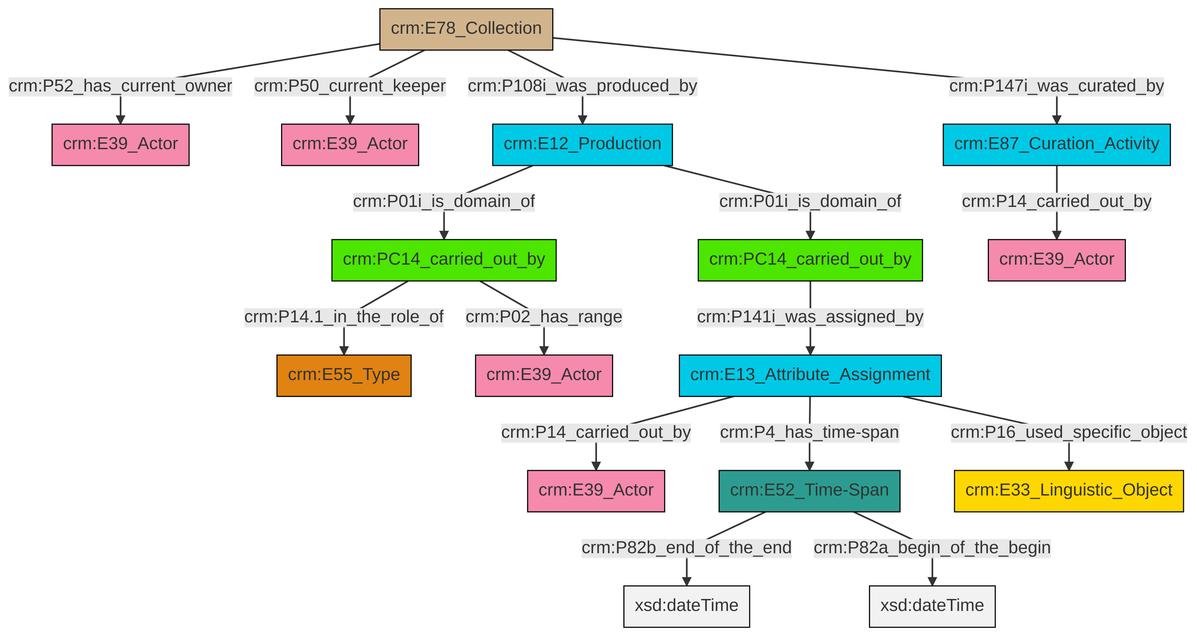
Earlier version of the Mermaid export et/archivalCSV/ttl/mmd/png/archival_relation.png (swiss-art-research-net/docs.swissartresearch). Its source is kept beside it as et/archivalCSV/ttl/mmd/archival_relation.ttl.mmd.
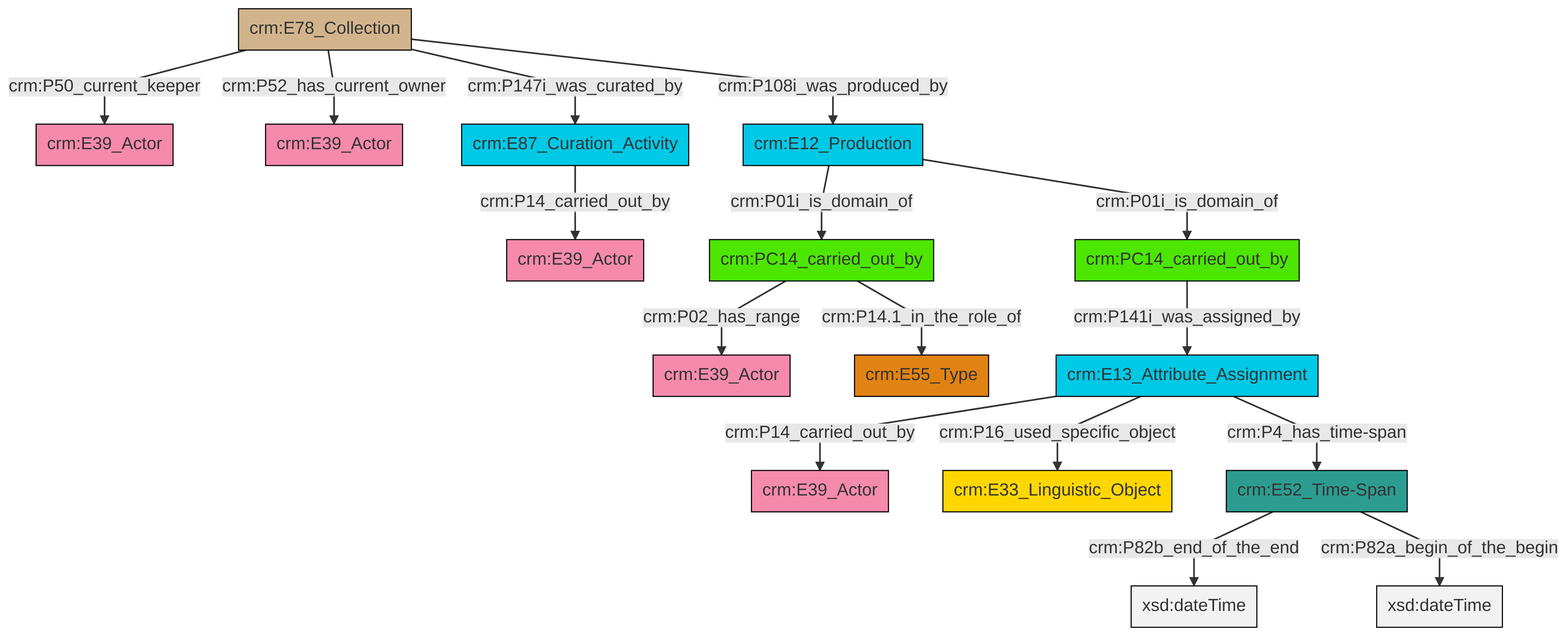
Above is the later version.

What changed in the source:
```diff
@@ -13,18 +13,18 @@
 classDef PC_Classes fill:#4ce600, stroke:#000000;
 classDef Multi fill:#cccccc,stroke:#000000;
 
-0["crm:PC14_carried_out_by"]:::PC_Classes -->|crm:P14.1_in_the_role_of| 1["crm:E55_Type"]:::Type
-2["crm:PC14_carried_out_by"]:::PC_Classes -->|crm:P141i_was_assigned_by| 3["crm:E13_Attribute_Assignment"]:::Temporal_Entity
-4["crm:E12_Production"]:::Temporal_Entity -->|crm:P01i_is_domain_of| 0["crm:PC14_carried_out_by"]:::PC_Classes
-6["crm:E78_Collection"]:::Physical_Thing -->|crm:P52_has_current_owner| 7["crm:E39_Actor"]:::Actor
-6["crm:E78_Collection"]:::Physical_Thing -->|crm:P50_current_keeper| 15["crm:E39_Actor"]:::Actor
-11["crm:E52_Time-Span"]:::Time-Span -->|crm:P82b_end_of_the_end| 16[xsd:dateTime]:::Literal
-3["crm:E13_Attribute_Assignment"]:::Temporal_Entity -->|crm:P14_carried_out_by| 19["crm:E39_Actor"]:::Actor
-6["crm:E78_Collection"]:::Physical_Thing -->|crm:P108i_was_produced_by| 4["crm:E12_Production"]:::Temporal_Entity
-4["crm:E12_Production"]:::Temporal_Entity -->|crm:P01i_is_domain_of| 2["crm:PC14_carried_out_by"]:::PC_Classes
-3["crm:E13_Attribute_Assignment"]:::Temporal_Entity -->|crm:P4_has_time-span| 11["crm:E52_Time-Span"]:::Time-Span
-11["crm:E52_Time-Span"]:::Time-Span -->|crm:P82a_begin_of_the_begin| 26[xsd:dateTime]:::Literal
-6["crm:E78_Collection"]:::Physical_Thing -->|crm:P147i_was_curated_by| 21["crm:E87_Curation_Activity"]:::Temporal_Entity
-0["crm:PC14_carried_out_by"]:::PC_Classes -->|crm:P02_has_range| 27["crm:E39_Actor"]:::Actor
-3["crm:E13_Attribute_Assignment"]:::Temporal_Entity -->|crm:P16_used_specific_object| 8["crm:E33_Linguistic_Object"]:::Conceptual_Object
-21["crm:E87_Curation_Activity"]:::Temporal_Entity -->|crm:P14_carried_out_by| 17["crm:E39_Actor"]:::Actor
+0["crm:E78_Collection"]:::Physical_Thing -->|crm:P50_current_keeper| 2["crm:E39_Actor"]:::Actor
+7["crm:PC14_carried_out_by"]:::PC_Classes -->|crm:P02_has_range| 8["crm:E39_Actor"]:::Actor
+11["crm:E13_Attribute_Assignment"]:::Temporal_Entity -->|crm:P14_carried_out_by| 12["crm:E39_Actor"]:::Actor
+13["crm:E12_Production"]:::Temporal_Entity -->|crm:P01i_is_domain_of| 7["crm:PC14_carried_out_by"]:::PC_Classes
+11["crm:E13_Attribute_Assignment"]:::Temporal_Entity -->|crm:P16_used_specific_object| 14["crm:E33_Linguistic_Object"]:::Conceptual_Object
+11["crm:E13_Attribute_Assignment"]:::Temporal_Entity -->|crm:P4_has_time-span| 17["crm:E52_Time-Span"]:::Time-Span
+0["crm:E78_Collection"]:::Physical_Thing -->|crm:P52_has_current_owner| 5["crm:E39_Actor"]:::Actor
+20["crm:E87_Curation_Activity"]:::Temporal_Entity -->|crm:P14_carried_out_by| 3["crm:E39_Actor"]:::Actor
+0["crm:E78_Collection"]:::Physical_Thing -->|crm:P108i_was_produced_by| 13["crm:E12_Production"]:::Temporal_Entity
+15["crm:PC14_carried_out_by"]:::PC_Classes -->|crm:P141i_was_assigned_by| 11["crm:E13_Attribute_Assignment"]:::Temporal_Entity
+17["crm:E52_Time-Span"]:::Time-Span -->|crm:P82b_end_of_the_end| 28[xsd:dateTime]:::Literal
+7["crm:PC14_carried_out_by"]:::PC_Classes -->|crm:P14.1_in_the_role_of| 9["crm:E55_Type"]:::Type
+17["crm:E52_Time-Span"]:::Time-Span -->|crm:P82a_begin_of_the_begin| 29[xsd:dateTime]:::Literal
+0["crm:E78_Collection"]:::Physical_Thing -->|crm:P147i_was_curated_by| 20["crm:E87_Curation_Activity"]:::Temporal_Entity
+13["crm:E12_Production"]:::Temporal_Entity -->|crm:P01i_is_domain_of| 15["crm:PC14_carried_out_by"]:::PC_Classes
```
